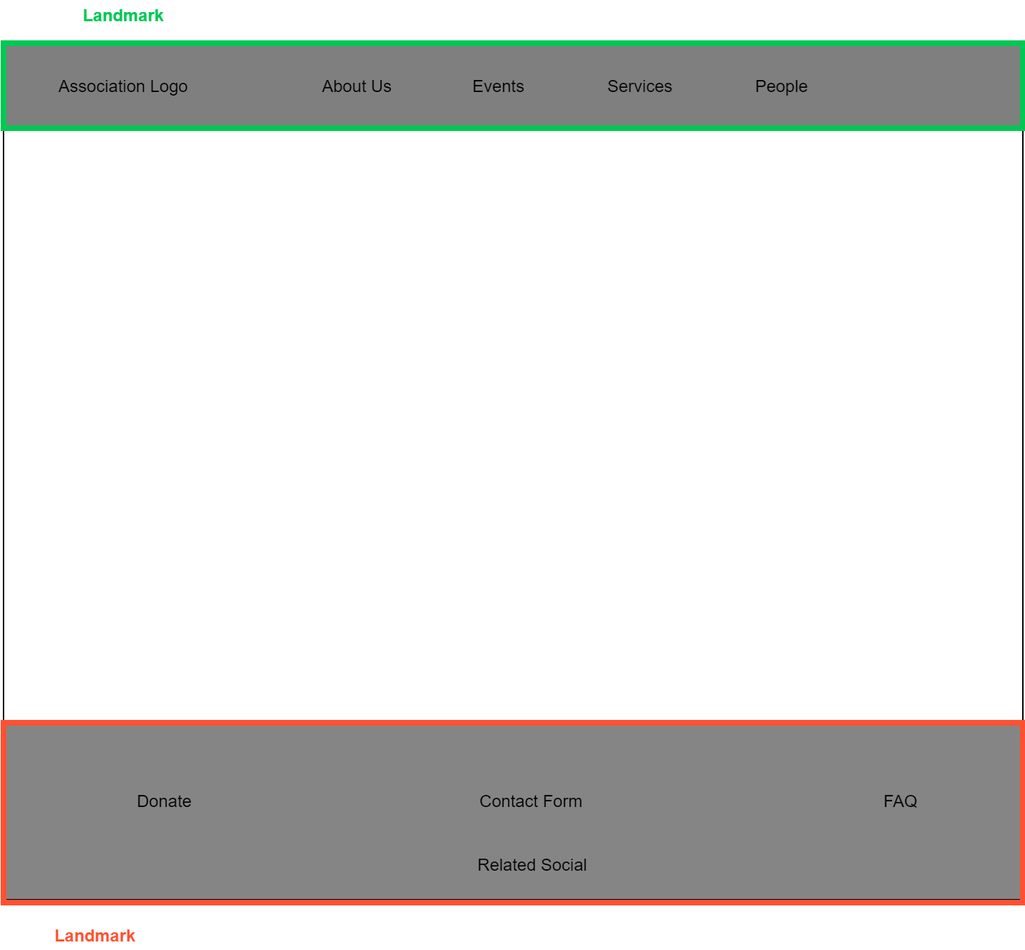
This is Design-Document/assets/homepage.png from alepas/hypermidia-project, a draw.io export, as it was before one commit. Source tidied: cells renumbered, new cells last; positions are measured from the earlier drawing's top-left corner, leaving out a move shared by most shapes. Its diagram source:
```xml
<mxGraphModel>
  <root>
    <mxCell id="0" />
    <mxCell id="1" parent="0" />
    <mxCell id="2" style="rounded=0;whiteSpace=wrap;html=1;fillColor=#000000;gradientColor=none;opacity=50;" parent="1" vertex="1">
      <mxGeometry y="30" width="720" height="60" as="geometry" />
    </mxCell>
    <mxCell id="3" value="Association Logo" style="text;html=1;strokeColor=none;fillColor=none;align=center;verticalAlign=middle;whiteSpace=wrap;rounded=0;" parent="1" vertex="1">
      <mxGeometry x="20" y="50" width="130" height="20" as="geometry" />
    </mxCell>
    <mxCell id="4" value="About Us" style="text;html=1;strokeColor=none;fillColor=none;align=center;verticalAlign=middle;whiteSpace=wrap;rounded=0;" parent="1" vertex="1">
      <mxGeometry x="200" y="50" width="100" height="20" as="geometry" />
    </mxCell>
    <mxCell id="5" value="Events" style="text;html=1;strokeColor=none;fillColor=none;align=center;verticalAlign=middle;whiteSpace=wrap;rounded=0;" parent="1" vertex="1">
      <mxGeometry x="300" y="50" width="100" height="20" as="geometry" />
    </mxCell>
    <mxCell id="6" value="Services" style="text;html=1;strokeColor=none;fillColor=none;align=center;verticalAlign=middle;whiteSpace=wrap;rounded=0;" parent="1" vertex="1">
      <mxGeometry x="400" y="50" width="100" height="20" as="geometry" />
    </mxCell>
    <mxCell id="7" value="People" style="text;html=1;strokeColor=none;fillColor=none;align=center;verticalAlign=middle;whiteSpace=wrap;rounded=0;" parent="1" vertex="1">
      <mxGeometry x="500" y="50" width="100" height="20" as="geometry" />
    </mxCell>
    <mxCell id="8" value="Landmark" style="text;html=1;strokeColor=none;fillColor=none;align=center;verticalAlign=middle;whiteSpace=wrap;rounded=0;fontColor=#00C853;fontStyle=1;" parent="1" vertex="1">
      <mxGeometry x="20" width="130" height="20" as="geometry" />
    </mxCell>
    <mxCell id="9" style="rounded=0;whiteSpace=wrap;html=1;fillColor=#858585;gradientColor=none;" parent="1" vertex="1">
      <mxGeometry y="510" width="720" height="125" as="geometry" />
    </mxCell>
    <mxCell id="10" value="Related Social" style="text;html=1;strokeColor=none;fillColor=none;align=center;verticalAlign=middle;whiteSpace=wrap;rounded=0;" parent="1" vertex="1">
      <mxGeometry x="309" y="600" width="130" height="20" as="geometry" />
    </mxCell>
    <mxCell id="11" value="Contact Form" style="text;html=1;strokeColor=none;fillColor=none;align=center;verticalAlign=middle;whiteSpace=wrap;rounded=0;" parent="1" vertex="1">
      <mxGeometry x="308" y="555" width="130" height="20" as="geometry" />
    </mxCell>
    <mxCell id="12" value="FAQ" style="text;html=1;strokeColor=none;fillColor=none;align=center;verticalAlign=middle;whiteSpace=wrap;rounded=0;" parent="1" vertex="1">
      <mxGeometry x="569" y="555" width="130" height="20" as="geometry" />
    </mxCell>
    <mxCell id="13" value="Donate" style="text;html=1;strokeColor=none;fillColor=none;align=center;verticalAlign=middle;whiteSpace=wrap;rounded=0;" parent="1" vertex="1">
      <mxGeometry x="49" y="555" width="130" height="20" as="geometry" />
    </mxCell>
    <mxCell id="14" style="endArrow=none;html=1;entryX=0;entryY=1;entryDx=0;entryDy=0;exitX=0;exitY=0;exitDx=0;exitDy=0;" parent="1" edge="1" source="9" target="2">
      <mxGeometry relative="1" as="geometry" />
    </mxCell>
    <mxCell id="15" style="endArrow=none;html=1;entryX=0;entryY=1;entryDx=0;entryDy=0;exitX=0;exitY=0;exitDx=0;exitDy=0;" parent="1" edge="1">
      <mxGeometry relative="1" as="geometry">
        <mxPoint x="720" y="510" as="sourcePoint" />
        <mxPoint x="720" y="90" as="targetPoint" />
      </mxGeometry>
    </mxCell>
    <mxCell id="16" value="Landmark" style="text;html=1;strokeColor=none;fillColor=none;align=center;verticalAlign=middle;whiteSpace=wrap;rounded=0;fontColor=#FF5131;fontStyle=1;" parent="1" vertex="1">
      <mxGeometry y="650" width="130" height="20" as="geometry" />
    </mxCell>
    <mxCell id="17" style="rounded=0;whiteSpace=wrap;html=1;fillColor=none;strokeColor=#00c853;strokeWidth=4;" parent="1" vertex="1">
      <mxGeometry y="30" width="720" height="60" as="geometry" />
    </mxCell>
    <mxCell id="18" style="rounded=0;whiteSpace=wrap;html=1;fillColor=none;strokeColor=#ff5131;strokeWidth=4;" parent="1" vertex="1">
      <mxGeometry y="510" width="720" height="127" as="geometry" />
    </mxCell>
  </root>
</mxGraphModel>
```
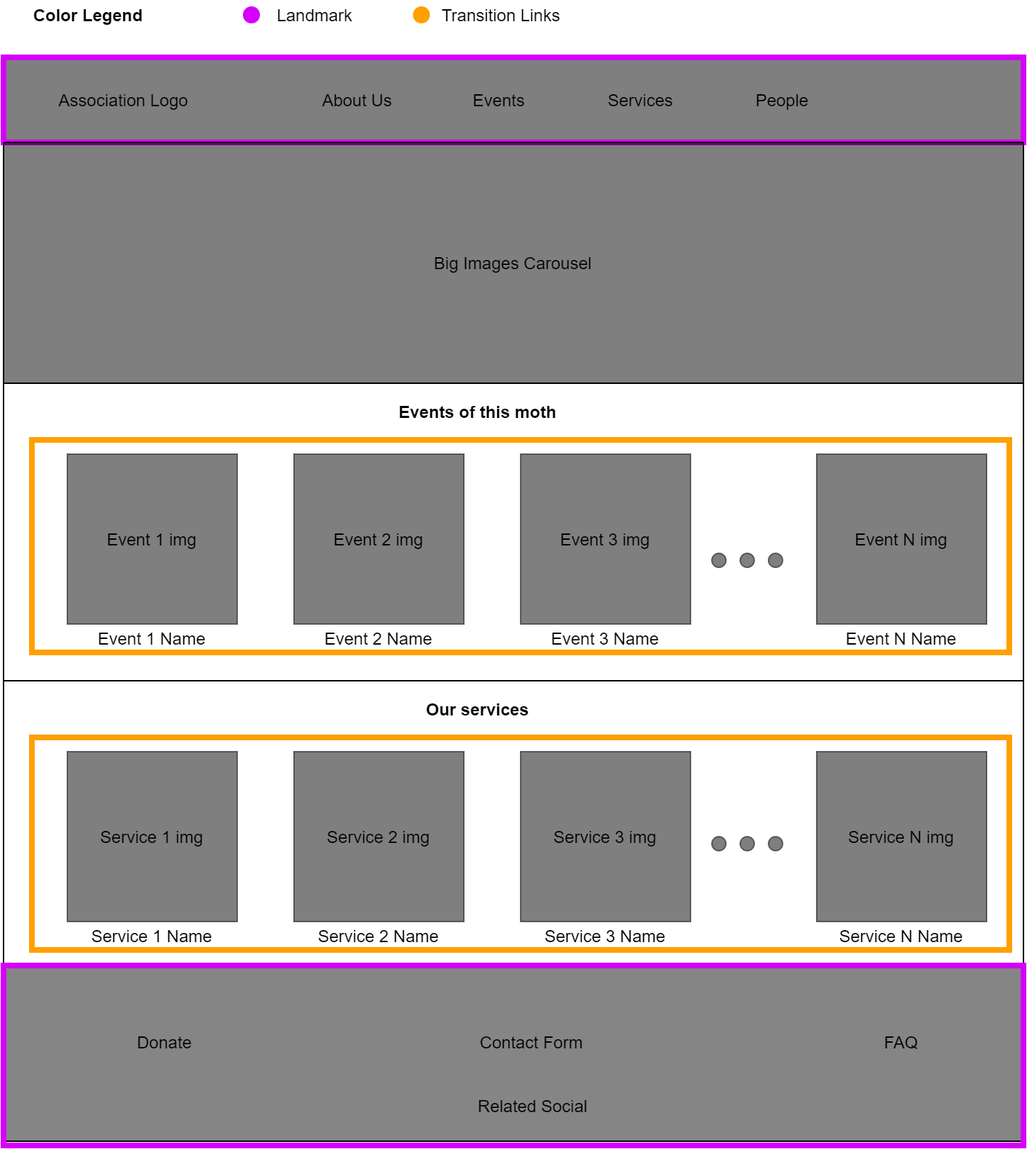
After the commit.

What changed in the source:
```diff
@@ -2,6 +2,9 @@
   <root>
     <mxCell id="0" />
     <mxCell id="1" parent="0" />
+    <mxCell id="19" style="rounded=0;whiteSpace=wrap;html=1;fillColor=none;strokeColor=#ffa000;strokeWidth=4;" parent="1" vertex="1">
+      <mxGeometry x="20" y="300" width="690" height="150" as="geometry" />
+    </mxCell>
     <mxCell id="2" style="rounded=0;whiteSpace=wrap;html=1;fillColor=#000000;gradientColor=none;opacity=50;" parent="1" vertex="1">
       <mxGeometry y="30" width="720" height="60" as="geometry" />
     </mxCell>
@@ -20,41 +23,145 @@
     <mxCell id="7" value="People" style="text;html=1;strokeColor=none;fillColor=none;align=center;verticalAlign=middle;whiteSpace=wrap;rounded=0;" parent="1" vertex="1">
       <mxGeometry x="500" y="50" width="100" height="20" as="geometry" />
     </mxCell>
-    <mxCell id="8" value="Landmark" style="text;html=1;strokeColor=none;fillColor=none;align=center;verticalAlign=middle;whiteSpace=wrap;rounded=0;fontColor=#00C853;fontStyle=1;" parent="1" vertex="1">
-      <mxGeometry x="20" width="130" height="20" as="geometry" />
-    </mxCell>
     <mxCell id="9" style="rounded=0;whiteSpace=wrap;html=1;fillColor=#858585;gradientColor=none;" parent="1" vertex="1">
-      <mxGeometry y="510" width="720" height="125" as="geometry" />
+      <mxGeometry y="670" width="720" height="125" as="geometry" />
     </mxCell>
     <mxCell id="10" value="Related Social" style="text;html=1;strokeColor=none;fillColor=none;align=center;verticalAlign=middle;whiteSpace=wrap;rounded=0;" parent="1" vertex="1">
-      <mxGeometry x="309" y="600" width="130" height="20" as="geometry" />
+      <mxGeometry x="309" y="760" width="130" height="20" as="geometry" />
     </mxCell>
     <mxCell id="11" value="Contact Form" style="text;html=1;strokeColor=none;fillColor=none;align=center;verticalAlign=middle;whiteSpace=wrap;rounded=0;" parent="1" vertex="1">
-      <mxGeometry x="308" y="555" width="130" height="20" as="geometry" />
+      <mxGeometry x="308" y="715" width="130" height="20" as="geometry" />
     </mxCell>
     <mxCell id="12" value="FAQ" style="text;html=1;strokeColor=none;fillColor=none;align=center;verticalAlign=middle;whiteSpace=wrap;rounded=0;" parent="1" vertex="1">
-      <mxGeometry x="569" y="555" width="130" height="20" as="geometry" />
+      <mxGeometry x="569" y="715" width="130" height="20" as="geometry" />
     </mxCell>
     <mxCell id="13" value="Donate" style="text;html=1;strokeColor=none;fillColor=none;align=center;verticalAlign=middle;whiteSpace=wrap;rounded=0;" parent="1" vertex="1">
-      <mxGeometry x="49" y="555" width="130" height="20" as="geometry" />
+      <mxGeometry x="49" y="715" width="130" height="20" as="geometry" />
     </mxCell>
     <mxCell id="14" style="endArrow=none;html=1;entryX=0;entryY=1;entryDx=0;entryDy=0;exitX=0;exitY=0;exitDx=0;exitDy=0;" parent="1" edge="1" source="9" target="2">
       <mxGeometry relative="1" as="geometry" />
     </mxCell>
-    <mxCell id="15" style="endArrow=none;html=1;entryX=0;entryY=1;entryDx=0;entryDy=0;exitX=0;exitY=0;exitDx=0;exitDy=0;" parent="1" edge="1">
+    <mxCell id="15" style="endArrow=none;html=1;entryX=0;entryY=1;entryDx=0;entryDy=0;exitX=1;exitY=0;exitDx=0;exitDy=0;" parent="1" edge="1" source="24">
       <mxGeometry relative="1" as="geometry">
-        <mxPoint x="720" y="510" as="sourcePoint" />
         <mxPoint x="720" y="90" as="targetPoint" />
       </mxGeometry>
     </mxCell>
-    <mxCell id="16" value="Landmark" style="text;html=1;strokeColor=none;fillColor=none;align=center;verticalAlign=middle;whiteSpace=wrap;rounded=0;fontColor=#FF5131;fontStyle=1;" parent="1" vertex="1">
-      <mxGeometry y="650" width="130" height="20" as="geometry" />
-    </mxCell>
-    <mxCell id="17" style="rounded=0;whiteSpace=wrap;html=1;fillColor=none;strokeColor=#00c853;strokeWidth=4;" parent="1" vertex="1">
-      <mxGeometry y="30" width="720" height="60" as="geometry" />
-    </mxCell>
-    <mxCell id="18" style="rounded=0;whiteSpace=wrap;html=1;fillColor=none;strokeColor=#ff5131;strokeWidth=4;" parent="1" vertex="1">
-      <mxGeometry y="510" width="720" height="127" as="geometry" />
-    </mxCell>
+    <mxCell id="20" value="&lt;span style=&quot;font-weight: normal&quot;&gt;&lt;font color=&quot;#000000&quot;&gt;Landmark&lt;/font&gt;&lt;/span&gt;" style="text;html=1;strokeColor=none;fillColor=none;align=center;verticalAlign=middle;whiteSpace=wrap;rounded=0;fontColor=#00C853;fontStyle=1;" parent="1" vertex="1">
+      <mxGeometry x="160" y="-10" width="120" height="20" as="geometry" />
+    </mxCell>
+    <mxCell id="21" value="Color Legend" style="text;html=1;strokeColor=none;fillColor=none;align=center;verticalAlign=middle;whiteSpace=wrap;rounded=0;fontColor=#000000;opacity=50;fontStyle=1;" parent="1" vertex="1">
+      <mxGeometry y="-10" width="120" height="20" as="geometry" />
+    </mxCell>
+    <mxCell id="22" style="ellipse;whiteSpace=wrap;html=1;strokeColor=#D500F9;strokeWidth=2;fillColor=#d500f9;gradientColor=none;fontColor=#000000;align=center;" parent="1" vertex="1">
+      <mxGeometry x="170" y="-5" width="10" height="10" as="geometry" />
+    </mxCell>
+    <mxCell id="23" style="rounded=0;whiteSpace=wrap;html=1;fillColor=none;strokeColor=#D500F9;strokeWidth=4;" parent="1" vertex="1">
+      <mxGeometry y="30" width="720" height="60" as="geometry" />
+    </mxCell>
+    <mxCell id="24" style="rounded=0;whiteSpace=wrap;html=1;fillColor=none;strokeColor=#D500F9;strokeWidth=4;" parent="1" vertex="1">
+      <mxGeometry y="671" width="720" height="127" as="geometry" />
+    </mxCell>
+    <mxCell id="25" value="Big Images Carousel" style="rounded=0;whiteSpace=wrap;html=1;strokeColor=#000000;strokeWidth=1;fillColor=#000000;gradientColor=none;fontColor=#000000;opacity=50;" parent="1" vertex="1">
+      <mxGeometry y="90" width="720" height="170" as="geometry" />
+    </mxCell>
+    <mxCell id="26" style="endArrow=none;html=1;fontColor=#FF5131;" parent="1" edge="1">
+      <mxGeometry relative="1" as="geometry">
+        <mxPoint y="90" as="sourcePoint" />
+        <mxPoint x="720" y="90" as="targetPoint" />
+      </mxGeometry>
+    </mxCell>
+    <mxCell id="27" value="Event 2 img" style="rounded=0;whiteSpace=wrap;html=1;strokeColor=#000000;strokeWidth=1;fillColor=#000000;gradientColor=none;fontColor=#000000;opacity=50;" parent="1" vertex="1">
+      <mxGeometry x="205" y="310" width="120" height="120" as="geometry" />
+    </mxCell>
+    <mxCell id="28" value="Event 3 img" style="rounded=0;whiteSpace=wrap;html=1;strokeColor=#000000;strokeWidth=1;fillColor=#000000;gradientColor=none;fontColor=#000000;opacity=50;" parent="1" vertex="1">
+      <mxGeometry x="365" y="310" width="120" height="120" as="geometry" />
+    </mxCell>
+    <mxCell id="29" value="Event 1 img" style="rounded=0;whiteSpace=wrap;html=1;strokeColor=#000000;strokeWidth=1;fillColor=#000000;gradientColor=none;fontColor=#000000;opacity=50;" parent="1" vertex="1">
+      <mxGeometry x="45" y="310" width="120" height="120" as="geometry" />
+    </mxCell>
+    <mxCell id="30" value="Event 1 Name" style="text;html=1;strokeColor=none;fillColor=none;align=center;verticalAlign=middle;whiteSpace=wrap;rounded=0;" parent="1" vertex="1">
+      <mxGeometry x="45" y="430" width="120" height="20" as="geometry" />
+    </mxCell>
+    <mxCell id="31" value="Event 2 Name" style="text;html=1;strokeColor=none;fillColor=none;align=center;verticalAlign=middle;whiteSpace=wrap;rounded=0;" parent="1" vertex="1">
+      <mxGeometry x="205" y="430" width="120" height="20" as="geometry" />
+    </mxCell>
+    <mxCell id="32" value="Event 3 Name" style="text;html=1;strokeColor=none;fillColor=none;align=center;verticalAlign=middle;whiteSpace=wrap;rounded=0;" parent="1" vertex="1">
+      <mxGeometry x="365" y="430" width="120" height="20" as="geometry" />
+    </mxCell>
+    <mxCell id="33" value="Events of this moth" style="text;html=1;strokeColor=none;fillColor=none;align=center;verticalAlign=middle;whiteSpace=wrap;rounded=0;fontColor=#000000;opacity=50;fontStyle=1;" parent="1" vertex="1">
+      <mxGeometry x="255" y="270" width="160" height="20" as="geometry" />
+    </mxCell>
+    <mxCell id="34" style="endArrow=none;html=1;" parent="1" edge="1">
+      <mxGeometry relative="1" as="geometry">
+        <mxPoint y="260" as="sourcePoint" />
+        <mxPoint x="720" y="260" as="targetPoint" />
+      </mxGeometry>
+    </mxCell>
+    <mxCell id="35" style="endArrow=none;html=1;" parent="1" edge="1">
+      <mxGeometry relative="1" as="geometry">
+        <mxPoint y="470" as="sourcePoint" />
+        <mxPoint x="720" y="470" as="targetPoint" />
+      </mxGeometry>
+    </mxCell>
+    <mxCell id="36" value="Event N img" style="rounded=0;whiteSpace=wrap;html=1;strokeColor=#000000;strokeWidth=1;fillColor=#000000;gradientColor=none;fontColor=#000000;opacity=50;" parent="1" vertex="1">
+      <mxGeometry x="574" y="310" width="120" height="120" as="geometry" />
+    </mxCell>
+    <mxCell id="37" value="Event N Name" style="text;html=1;strokeColor=none;fillColor=none;align=center;verticalAlign=middle;whiteSpace=wrap;rounded=0;" parent="1" vertex="1">
+      <mxGeometry x="574" y="430" width="120" height="20" as="geometry" />
+    </mxCell>
+    <mxCell id="38" value="Our services" style="text;html=1;strokeColor=none;fillColor=none;align=center;verticalAlign=middle;whiteSpace=wrap;rounded=0;fontColor=#000000;opacity=50;fontStyle=1;" parent="1" vertex="1">
+      <mxGeometry x="255" y="480" width="160" height="20" as="geometry" />
+    </mxCell>
+    <mxCell id="39" value="&lt;span style=&quot;font-weight: normal&quot;&gt;&lt;font color=&quot;#000000&quot;&gt;&amp;nbsp; &amp;nbsp; &amp;nbsp; &amp;nbsp;Transition Links&lt;/font&gt;&lt;/span&gt;" style="text;html=1;strokeColor=none;fillColor=none;align=center;verticalAlign=middle;whiteSpace=wrap;rounded=0;fontColor=#00C853;fontStyle=1;" parent="1" vertex="1">
+      <mxGeometry x="280" y="-10" width="120" height="20" as="geometry" />
+    </mxCell>
+    <mxCell id="40" style="ellipse;whiteSpace=wrap;html=1;strokeColor=#FFA000;strokeWidth=2;fillColor=#FFA000;gradientColor=none;fontColor=#000000;align=center;" parent="1" vertex="1">
+      <mxGeometry x="290" y="-5" width="10" height="10" as="geometry" />
+    </mxCell>
+    <mxCell id="41" style="rounded=0;whiteSpace=wrap;html=1;fillColor=none;strokeColor=#ffa000;strokeWidth=4;" parent="1" vertex="1">
+      <mxGeometry x="20" y="510" width="690" height="150" as="geometry" />
+    </mxCell>
+    <mxCell id="42" value="Service 2 img" style="rounded=0;whiteSpace=wrap;html=1;strokeColor=#000000;strokeWidth=1;fillColor=#000000;gradientColor=none;fontColor=#000000;opacity=50;" parent="1" vertex="1">
+      <mxGeometry x="205" y="520" width="120" height="120" as="geometry" />
+    </mxCell>
+    <mxCell id="43" value="Service 3 img" style="rounded=0;whiteSpace=wrap;html=1;strokeColor=#000000;strokeWidth=1;fillColor=#000000;gradientColor=none;fontColor=#000000;opacity=50;" parent="1" vertex="1">
+      <mxGeometry x="365" y="520" width="120" height="120" as="geometry" />
+    </mxCell>
+    <mxCell id="44" value="Service 1 img" style="rounded=0;whiteSpace=wrap;html=1;strokeColor=#000000;strokeWidth=1;fillColor=#000000;gradientColor=none;fontColor=#000000;opacity=50;" parent="1" vertex="1">
+      <mxGeometry x="45" y="520" width="120" height="120" as="geometry" />
+    </mxCell>
+    <mxCell id="45" value="Service 1 Name" style="text;html=1;strokeColor=none;fillColor=none;align=center;verticalAlign=middle;whiteSpace=wrap;rounded=0;" parent="1" vertex="1">
+      <mxGeometry x="45" y="640" width="120" height="20" as="geometry" />
+    </mxCell>
+    <mxCell id="46" value="Service 2 Name" style="text;html=1;strokeColor=none;fillColor=none;align=center;verticalAlign=middle;whiteSpace=wrap;rounded=0;" parent="1" vertex="1">
+      <mxGeometry x="205" y="640" width="120" height="20" as="geometry" />
+    </mxCell>
+    <mxCell id="47" value="Service 3 Name" style="text;html=1;strokeColor=none;fillColor=none;align=center;verticalAlign=middle;whiteSpace=wrap;rounded=0;" parent="1" vertex="1">
+      <mxGeometry x="365" y="640" width="120" height="20" as="geometry" />
+    </mxCell>
+    <mxCell id="48" value="Service N img" style="rounded=0;whiteSpace=wrap;html=1;strokeColor=#000000;strokeWidth=1;fillColor=#000000;gradientColor=none;fontColor=#000000;opacity=50;" parent="1" vertex="1">
+      <mxGeometry x="574" y="520" width="120" height="120" as="geometry" />
+    </mxCell>
+    <mxCell id="49" value="Service N Name" style="text;html=1;strokeColor=none;fillColor=none;align=center;verticalAlign=middle;whiteSpace=wrap;rounded=0;" parent="1" vertex="1">
+      <mxGeometry x="574" y="640" width="120" height="20" as="geometry" />
+    </mxCell>
+    <mxCell id="50" style="ellipse;whiteSpace=wrap;html=1;strokeColor=#000000;strokeWidth=1;fillColor=#000000;gradientColor=none;fontColor=#000000;opacity=50;" parent="1" vertex="1">
+      <mxGeometry x="500" y="380" width="10" height="10" as="geometry" />
+    </mxCell>
+    <mxCell id="51" style="ellipse;whiteSpace=wrap;html=1;strokeColor=#000000;strokeWidth=1;fillColor=#000000;gradientColor=none;fontColor=#000000;opacity=50;" parent="1" vertex="1">
+      <mxGeometry x="520" y="380" width="10" height="10" as="geometry" />
+    </mxCell>
+    <mxCell id="52" style="ellipse;whiteSpace=wrap;html=1;strokeColor=#000000;strokeWidth=1;fillColor=#000000;gradientColor=none;fontColor=#000000;opacity=50;" parent="1" vertex="1">
+      <mxGeometry x="540" y="380" width="10" height="10" as="geometry" />
+    </mxCell>
+    <mxCell id="53" style="ellipse;whiteSpace=wrap;html=1;strokeColor=#000000;strokeWidth=1;fillColor=#000000;gradientColor=none;fontColor=#000000;opacity=50;" parent="1" vertex="1">
+      <mxGeometry x="500" y="580" width="10" height="10" as="geometry" />
+    </mxCell>
+    <mxCell id="54" style="ellipse;whiteSpace=wrap;html=1;strokeColor=#000000;strokeWidth=1;fillColor=#000000;gradientColor=none;fontColor=#000000;opacity=50;" parent="1" vertex="1">
+      <mxGeometry x="520" y="580" width="10" height="10" as="geometry" />
+    </mxCell>
+    <mxCell id="55" style="ellipse;whiteSpace=wrap;html=1;strokeColor=#000000;strokeWidth=1;fillColor=#000000;gradientColor=none;fontColor=#000000;opacity=50;" parent="1" vertex="1">
+      <mxGeometry x="540" y="580" width="10" height="10" as="geometry" />
+    </mxCell>
   </root>
 </mxGraphModel>
```
